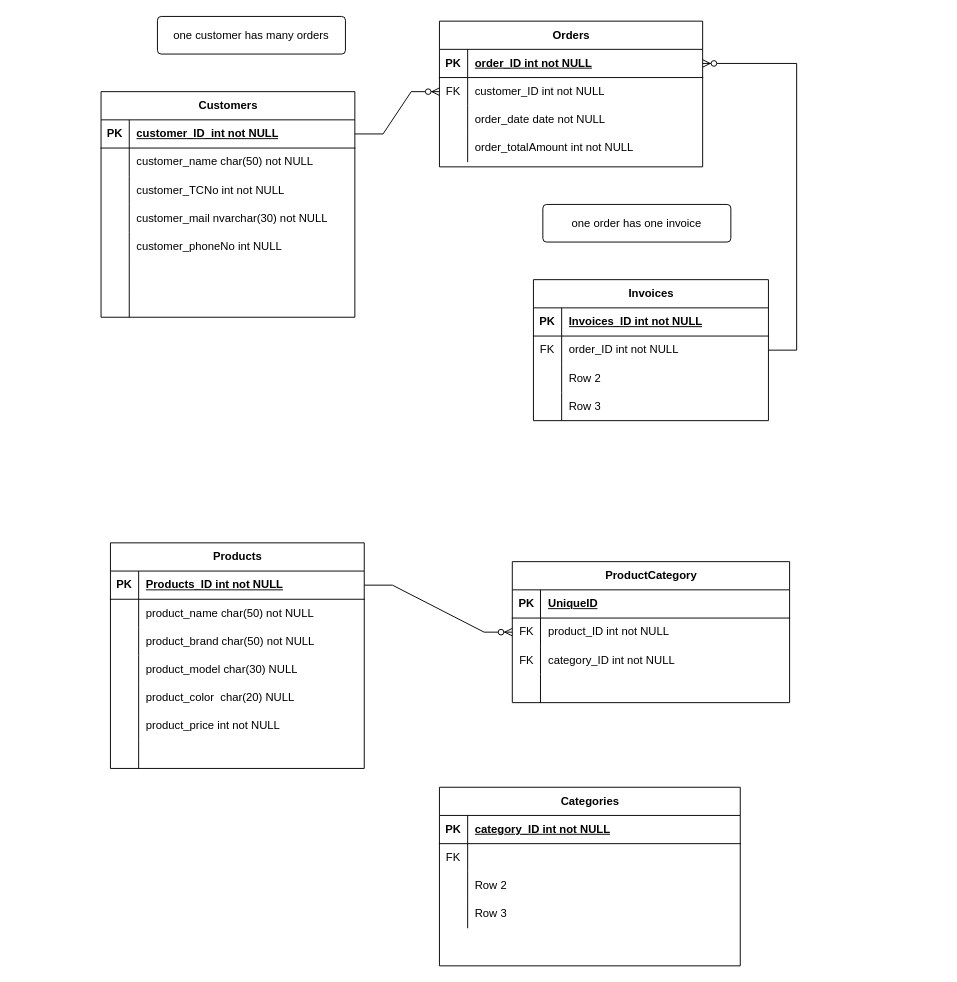
The draw.io diagram Başlıksız Diyagram.drawio in emrebolukbas/tobeto-Test-Sql, before the edit. Source tidied: cells renumbered, new cells numbered last; positions are measured from the earlier drawing's top-left corner, leaving out a move shared by most shapes. Both pictures are drawn from the tidied source at 94%, with x=0, y=0 at pixel (101, 16).
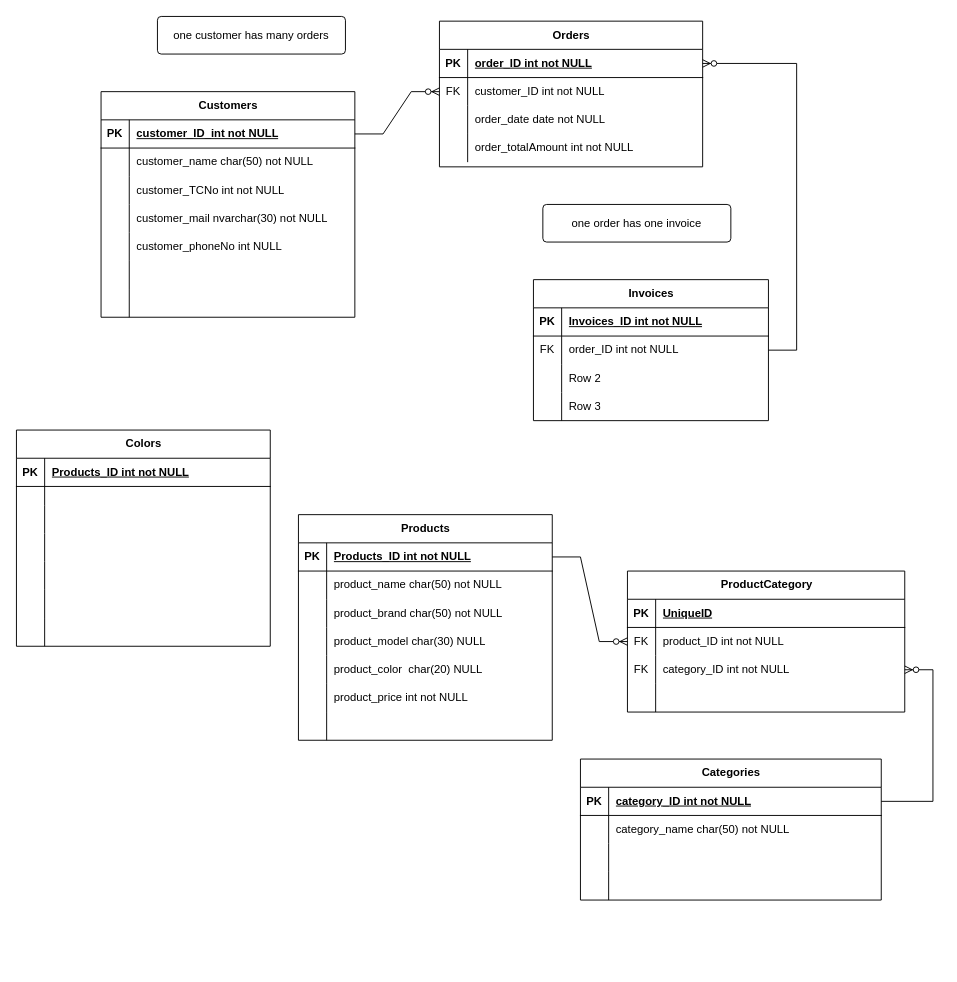
The same page after the edit.

Unchanged cells that the change refers to:
```xml
<mxCell id="83" style="shape=tableRow;horizontal=0;startSize=0;swimlaneHead=0;swimlaneBody=0;fillColor=none;points=[[0,0.5],[1,0.5]];portConstraint=eastwest;top=0;left=0;right=0;bottom=0;" parent="76" vertex="1">
  <mxGeometry y="90" width="295" height="30" as="geometry" />
</mxCell>
<mxCell id="90" style="shape=tableRow;horizontal=0;startSize=0;swimlaneHead=0;swimlaneBody=0;fillColor=none;points=[[0,0.5],[1,0.5]];portConstraint=eastwest;top=0;left=0;right=0;bottom=1;" parent="89" vertex="1">
  <mxGeometry y="30" width="320" height="30" as="geometry" />
</mxCell>
<mxCell id="93" style="shape=tableRow;horizontal=0;startSize=0;swimlaneHead=0;swimlaneBody=0;fillColor=none;top=0;left=0;right=0;bottom=0;" parent="89" vertex="1">
  <mxGeometry y="60" width="320" height="30" as="geometry" />
</mxCell>
<mxCell id="96" style="shape=tableRow;horizontal=0;startSize=0;swimlaneHead=0;swimlaneBody=0;fillColor=none;top=0;left=0;right=0;bottom=0;" parent="89" vertex="1">
  <mxGeometry y="90" width="320" height="30" as="geometry" />
</mxCell>
<mxCell id="99" style="shape=tableRow;horizontal=0;startSize=0;swimlaneHead=0;swimlaneBody=0;fillColor=none;top=0;left=0;right=0;bottom=0;" parent="89" vertex="1">
  <mxGeometry y="120" width="320" height="30" as="geometry" />
</mxCell>
```

Change to the diagram source:
```diff
@@
     <mxCell id="54" value="Products" style="shape=table;startSize=30;childLayout=tableLayout;rowLines=0;fontStyle=1;align=center;html=1;" parent="1" vertex="1">
-      <mxGeometry x="10" y="560" width="270" height="240" as="geometry" />
+      <mxGeometry x="210" y="530" width="270" height="240" as="geometry" />
     </mxCell>
@@
     <mxCell id="76" value="ProductCategory" style="shape=table;startSize=30;childLayout=tableLayout;rowLines=0;fontStyle=1;align=center;html=1;" parent="1" vertex="1">
-      <mxGeometry x="437.5" y="580" width="295" height="150" as="geometry" />
+      <mxGeometry x="560" y="590" width="295" height="150" as="geometry" />
     </mxCell>
@@
     <mxCell id="89" value="Categories" style="shape=table;startSize=30;childLayout=tableLayout;rowLines=0;fontStyle=1;align=center;html=1;" parent="1" vertex="1">
-      <mxGeometry x="360" y="820" width="320" height="190" as="geometry" />
+      <mxGeometry x="510" y="790" width="320" height="150" as="geometry" />
     </mxCell>
@@
-    <mxCell id="94" value="FK" style="shape=partialRectangle;fillColor=none;top=0;left=0;bottom=0;right=0;overflow=hidden;whiteSpace=wrap;html=1;" parent="93" vertex="1">
+    <mxCell id="94" style="shape=partialRectangle;fillColor=none;top=0;left=0;bottom=0;right=0;overflow=hidden;whiteSpace=wrap;html=1;" parent="93" vertex="1">
       <mxGeometry width="30" height="30" as="geometry" />
     </mxCell>
-    <mxCell id="95" style="shape=partialRectangle;fillColor=none;top=0;left=0;bottom=0;right=0;align=left;spacingLeft=6;overflow=hidden;whiteSpace=wrap;html=1;" parent="93" vertex="1">
+    <mxCell id="95" value="category_name char(50) not NULL" style="shape=partialRectangle;fillColor=none;top=0;left=0;bottom=0;right=0;align=left;spacingLeft=6;overflow=hidden;whiteSpace=wrap;html=1;" parent="93" vertex="1">
       <mxGeometry x="30" width="290" height="30" as="geometry" />
     </mxCell>
@@
-    <mxCell id="98" value="Row 2" style="shape=partialRectangle;fillColor=none;top=0;left=0;bottom=0;right=0;align=left;spacingLeft=6;overflow=hidden;whiteSpace=wrap;html=1;" parent="96" vertex="1">
+    <mxCell id="98" style="shape=partialRectangle;fillColor=none;top=0;left=0;bottom=0;right=0;align=left;spacingLeft=6;overflow=hidden;whiteSpace=wrap;html=1;" parent="96" vertex="1">
       <mxGeometry x="30" width="290" height="30" as="geometry" />
     </mxCell>
@@
-    <mxCell id="101" value="Row 3" style="shape=partialRectangle;fillColor=none;top=0;left=0;bottom=0;right=0;align=left;spacingLeft=6;overflow=hidden;whiteSpace=wrap;html=1;" parent="99" vertex="1">
+    <mxCell id="101" style="shape=partialRectangle;fillColor=none;top=0;left=0;bottom=0;right=0;align=left;spacingLeft=6;overflow=hidden;whiteSpace=wrap;html=1;" parent="99" vertex="1">
       <mxGeometry x="30" width="290" height="30" as="geometry" />
     </mxCell>
@@
+    <mxCell id="103" style="edgeStyle=entityRelationEdgeStyle;fontSize=12;html=1;endArrow=ERzeroToMany;endFill=1;rounded=0;" parent="1" edge="1" source="90" target="83">
+      <mxGeometry relative="1" as="geometry" />
+    </mxCell>
+    <mxCell id="104" value="Colors" style="shape=table;startSize=30;childLayout=tableLayout;rowLines=0;fontStyle=1;align=center;html=1;" parent="1" vertex="1">
+      <mxGeometry x="-90" y="440" width="270" height="230" as="geometry" />
+    </mxCell>
+    <mxCell id="105" style="shape=tableRow;horizontal=0;startSize=0;swimlaneHead=0;swimlaneBody=0;fillColor=none;top=0;left=0;right=0;bottom=1;" parent="104" vertex="1">
+      <mxGeometry y="30" width="270" height="30" as="geometry" />
+    </mxCell>
+    <mxCell id="106" value="PK" style="shape=partialRectangle;fillColor=none;top=0;left=0;bottom=0;right=0;fontStyle=1;overflow=hidden;whiteSpace=wrap;html=1;" parent="105" vertex="1">
+      <mxGeometry width="30" height="30" as="geometry" />
+    </mxCell>
+    <mxCell id="107" value="Products_ID int not NULL" style="shape=partialRectangle;fillColor=none;top=0;left=0;bottom=0;right=0;align=left;spacingLeft=6;fontStyle=5;overflow=hidden;whiteSpace=wrap;html=1;" parent="105" vertex="1">
+      <mxGeometry x="30" width="240" height="30" as="geometry" />
+    </mxCell>
+    <mxCell id="108" style="shape=tableRow;horizontal=0;startSize=0;swimlaneHead=0;swimlaneBody=0;fillColor=none;top=0;left=0;right=0;bottom=0;" parent="104" vertex="1">
+      <mxGeometry y="60" width="270" height="20" as="geometry" />
+    </mxCell>
+    <mxCell id="109" style="shape=partialRectangle;fillColor=none;top=0;left=0;bottom=0;right=0;overflow=hidden;whiteSpace=wrap;html=1;" parent="108" vertex="1">
+      <mxGeometry width="30" height="20" as="geometry" />
+    </mxCell>
+    <mxCell id="110" style="shape=partialRectangle;fillColor=none;top=0;left=0;bottom=0;right=0;align=left;spacingLeft=6;overflow=hidden;whiteSpace=wrap;html=1;" parent="108" vertex="1">
+      <mxGeometry x="30" width="240" height="20" as="geometry" />
+    </mxCell>
+    <mxCell id="111" style="shape=tableRow;horizontal=0;startSize=0;swimlaneHead=0;swimlaneBody=0;fillColor=none;top=0;left=0;right=0;bottom=0;" parent="104" vertex="1">
+      <mxGeometry y="80" width="270" height="30" as="geometry" />
+    </mxCell>
+    <mxCell id="112" style="shape=partialRectangle;fillColor=none;top=0;left=0;bottom=0;right=0;overflow=hidden;whiteSpace=wrap;html=1;" parent="111" vertex="1">
+      <mxGeometry width="30" height="30" as="geometry" />
+    </mxCell>
+    <mxCell id="113" style="shape=partialRectangle;fillColor=none;top=0;left=0;bottom=0;right=0;align=left;spacingLeft=6;overflow=hidden;whiteSpace=wrap;html=1;" parent="111" vertex="1">
+      <mxGeometry x="30" width="240" height="30" as="geometry" />
+    </mxCell>
+    <mxCell id="114" style="shape=tableRow;horizontal=0;startSize=0;swimlaneHead=0;swimlaneBody=0;fillColor=none;top=0;left=0;right=0;bottom=0;" parent="104" vertex="1">
+      <mxGeometry y="110" width="270" height="30" as="geometry" />
+    </mxCell>
+    <mxCell id="115" style="shape=partialRectangle;fillColor=none;top=0;left=0;bottom=0;right=0;overflow=hidden;whiteSpace=wrap;html=1;" parent="114" vertex="1">
+      <mxGeometry width="30" height="30" as="geometry" />
+    </mxCell>
+    <mxCell id="116" style="shape=partialRectangle;fillColor=none;top=0;left=0;bottom=0;right=0;align=left;spacingLeft=6;overflow=hidden;whiteSpace=wrap;html=1;" parent="114" vertex="1">
+      <mxGeometry x="30" width="240" height="30" as="geometry" />
+    </mxCell>
+    <mxCell id="117" style="shape=tableRow;horizontal=0;startSize=0;swimlaneHead=0;swimlaneBody=0;fillColor=none;top=0;left=0;right=0;bottom=0;" parent="104" vertex="1">
+      <mxGeometry y="140" width="270" height="30" as="geometry" />
+    </mxCell>
+    <mxCell id="118" style="shape=partialRectangle;fillColor=none;top=0;left=0;bottom=0;right=0;overflow=hidden;whiteSpace=wrap;html=1;" parent="117" vertex="1">
+      <mxGeometry width="30" height="30" as="geometry" />
+    </mxCell>
+    <mxCell id="119" style="shape=partialRectangle;fillColor=none;top=0;left=0;bottom=0;right=0;align=left;spacingLeft=6;overflow=hidden;whiteSpace=wrap;html=1;" parent="117" vertex="1">
+      <mxGeometry x="30" width="240" height="30" as="geometry" />
+    </mxCell>
+    <mxCell id="120" style="shape=tableRow;horizontal=0;startSize=0;swimlaneHead=0;swimlaneBody=0;fillColor=none;top=0;left=0;right=0;bottom=0;" parent="104" vertex="1">
+      <mxGeometry y="170" width="270" height="30" as="geometry" />
+    </mxCell>
+    <mxCell id="121" style="shape=partialRectangle;fillColor=none;top=0;left=0;bottom=0;right=0;overflow=hidden;whiteSpace=wrap;html=1;" parent="120" vertex="1">
+      <mxGeometry width="30" height="30" as="geometry" />
+    </mxCell>
+    <mxCell id="122" style="shape=partialRectangle;fillColor=none;top=0;left=0;bottom=0;right=0;align=left;spacingLeft=6;overflow=hidden;whiteSpace=wrap;html=1;" parent="120" vertex="1">
+      <mxGeometry x="30" width="240" height="30" as="geometry" />
+    </mxCell>
+    <mxCell id="123" style="shape=tableRow;horizontal=0;startSize=0;swimlaneHead=0;swimlaneBody=0;fillColor=none;top=0;left=0;right=0;bottom=0;" parent="104" vertex="1">
+      <mxGeometry y="200" width="270" height="30" as="geometry" />
+    </mxCell>
+    <mxCell id="124" style="shape=partialRectangle;fillColor=none;top=0;left=0;bottom=0;right=0;overflow=hidden;whiteSpace=wrap;html=1;" parent="123" vertex="1">
+      <mxGeometry width="30" height="30" as="geometry" />
+    </mxCell>
+    <mxCell id="125" style="shape=partialRectangle;fillColor=none;top=0;left=0;bottom=0;right=0;align=left;spacingLeft=6;overflow=hidden;whiteSpace=wrap;html=1;" parent="123" vertex="1">
+      <mxGeometry x="30" width="240" height="30" as="geometry" />
+    </mxCell>
```
